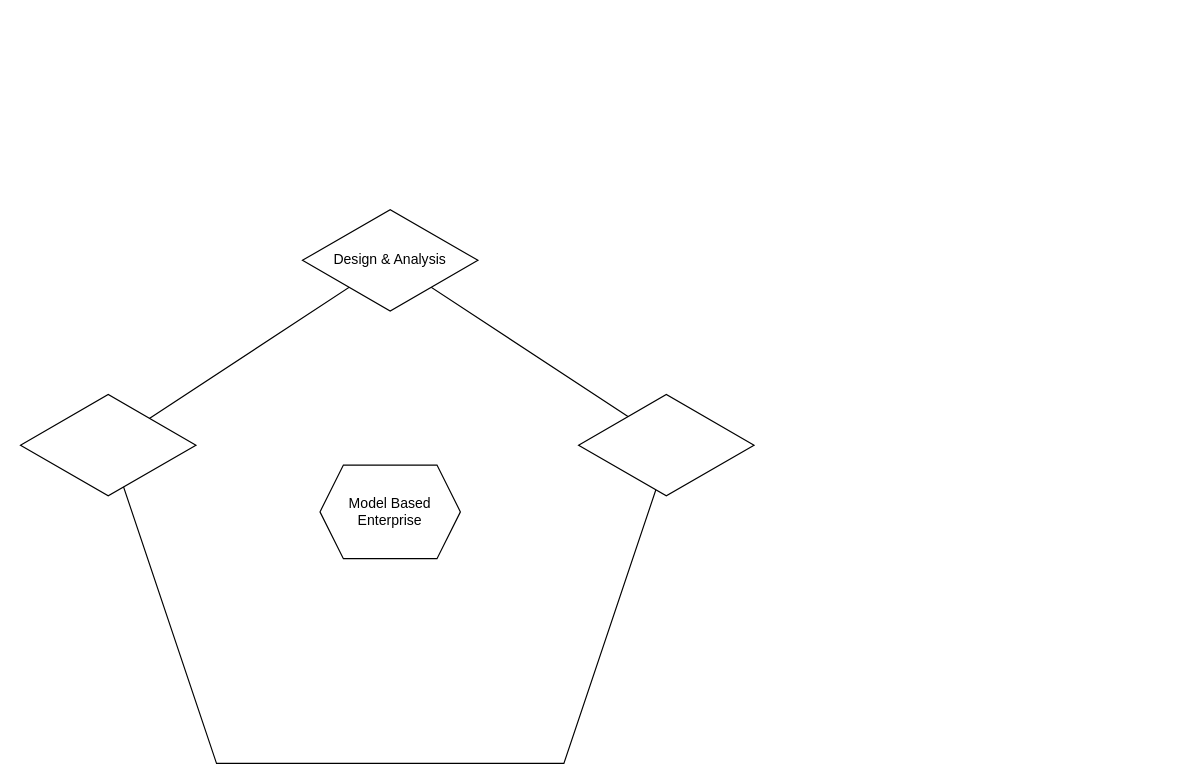
robotics-intelligent-systems/jfxosms keeps this draw.io diagram as page "model-based-enterprise-vision" (1 of 2) of MBSE/CAS/Drawio/model-based-development-process.drawio. Above is the earlier version. Source tidied: cells renumbered, new cells numbered last; positions are measured from the earlier drawing's top-left corner, leaving out a move shared by most shapes. Both pictures are drawn from the tidied source at 117%, with x=0, y=0 at pixel (20, 207).
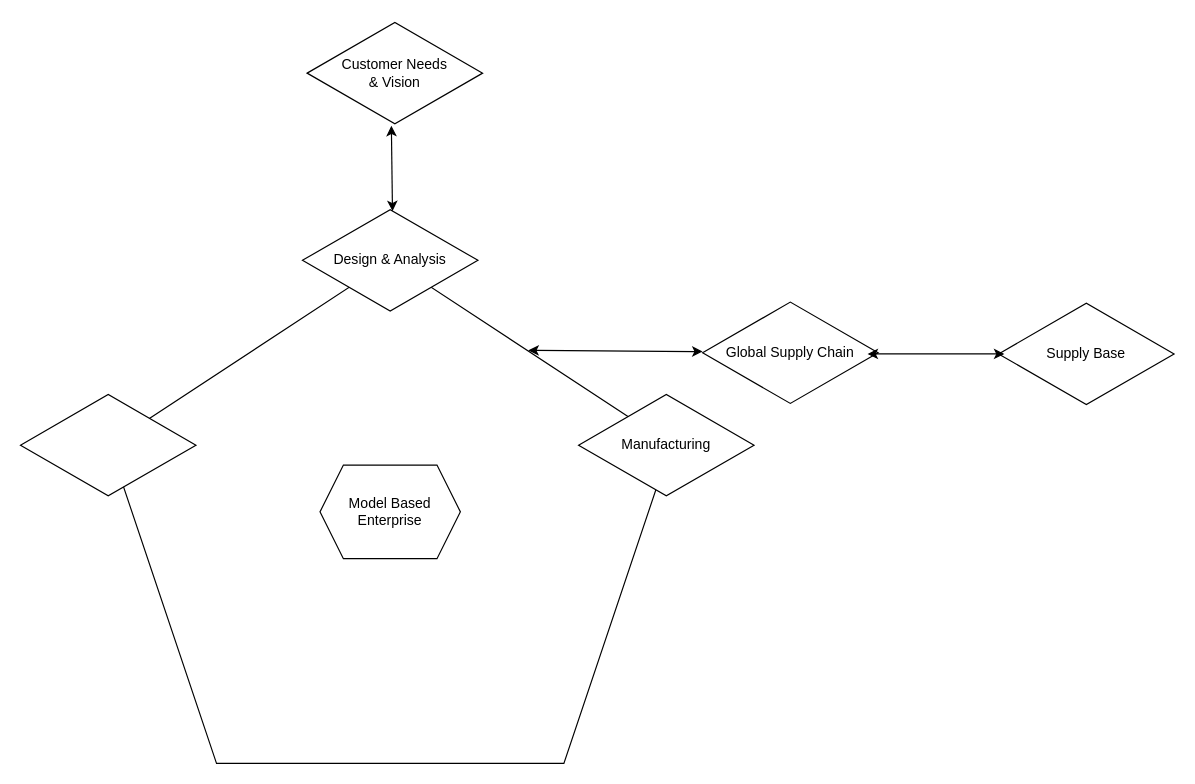
The same diagram, later.

Commit message (it also covers changes not shown here):
[fix] Including supply squares

The edit, as a diff of the source:
```diff
@@
 <mxGraphModel>
   <root>
     <mxCell id="0" />
     <mxCell id="1" parent="0" />
     <mxCell id="2" style="whiteSpace=wrap;html=1;shape=mxgraph.basic.pentagon;" parent="1" vertex="1">
       <mxGeometry x="76" y="45" width="480" height="430" as="geometry" />
     </mxCell>
     <mxCell id="3" value="Model Based Enterprise" style="shape=hexagon;perimeter=hexagonPerimeter2;whiteSpace=wrap;html=1;fixedSize=1;" parent="1" vertex="1">
       <mxGeometry x="256" y="220" width="120" height="80" as="geometry" />
     </mxCell>
     <mxCell id="4" value="Design &amp;amp; Analysis" style="html=1;whiteSpace=wrap;shape=isoRectangle;" parent="1" vertex="1">
       <mxGeometry x="241" width="150" height="90" as="geometry" />
     </mxCell>
     <mxCell id="5" style="html=1;whiteSpace=wrap;shape=isoRectangle;" parent="1" vertex="1">
       <mxGeometry y="158" width="150" height="90" as="geometry" />
     </mxCell>
-    <mxCell id="6" style="html=1;whiteSpace=wrap;shape=isoRectangle;" parent="1" vertex="1">
+    <mxCell id="6" value="Manufacturing" style="html=1;whiteSpace=wrap;shape=isoRectangle;" parent="1" vertex="1">
       <mxGeometry x="477" y="158" width="150" height="90" as="geometry" />
     </mxCell>
+    <mxCell id="7" value="Customer Needs &lt;br&gt;&amp;amp; Vision" style="html=1;whiteSpace=wrap;shape=isoRectangle;" parent="1" vertex="1">
+      <mxGeometry x="245" y="-160" width="150" height="90" as="geometry" />
+    </mxCell>
+    <mxCell id="8" value="Global Supply Chain" style="html=1;whiteSpace=wrap;shape=isoRectangle;" parent="1" vertex="1">
+      <mxGeometry x="583" y="79" width="150" height="90" as="geometry" />
+    </mxCell>
+    <mxCell id="9" value="Supply Base" style="html=1;whiteSpace=wrap;shape=isoRectangle;" parent="1" vertex="1">
+      <mxGeometry x="836" y="80" width="150" height="90" as="geometry" />
+    </mxCell>
+    <mxCell id="10" style="endArrow=classic;startArrow=classic;html=1;rounded=0;entryX=0;entryY=0.489;entryDx=0;entryDy=0;entryPerimeter=0;exitX=0.746;exitY=0.179;exitDx=0;exitDy=0;exitPerimeter=0;" parent="1" edge="1" source="2" target="8">
+      <mxGeometry relative="1" as="geometry" />
+    </mxCell>
+    <mxCell id="11" style="endArrow=classic;startArrow=classic;html=1;rounded=0;entryX=0.033;entryY=0.5;entryDx=0;entryDy=0;entryPerimeter=0;exitX=0.94;exitY=0.511;exitDx=0;exitDy=0;exitPerimeter=0;" parent="1" edge="1" source="8" target="9">
+      <mxGeometry relative="1" as="geometry" />
+    </mxCell>
+    <mxCell id="12" style="endArrow=classic;startArrow=classic;html=1;rounded=0;entryX=0.48;entryY=1;entryDx=0;entryDy=0;entryPerimeter=0;exitX=0.513;exitY=0.033;exitDx=0;exitDy=0;exitPerimeter=0;" parent="1" edge="1" source="4" target="7">
+      <mxGeometry relative="1" as="geometry" />
+    </mxCell>
   </root>
 </mxGraphModel>
```
